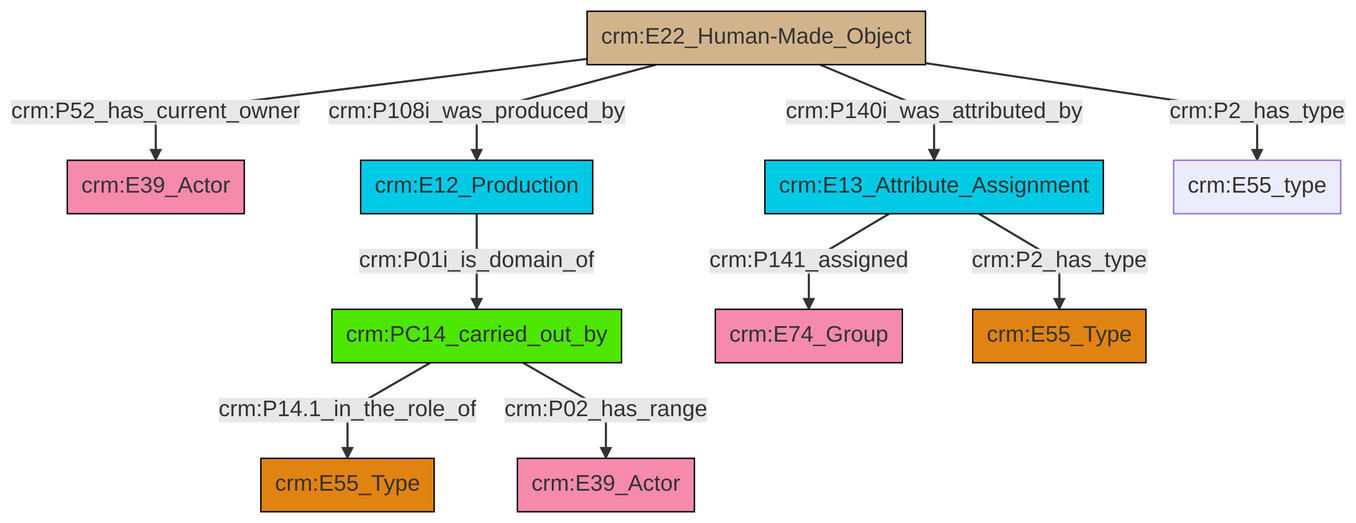
Earlier version of the Mermaid export et/builtWorkCSV/ttl/mmd/png/Built_Work_actor_relations.png (swiss-art-research-net/reference-data-models). Its source is kept beside it as et/builtWorkCSV/ttl/mmd/Built_Work_actor_relations.ttl.mmd.
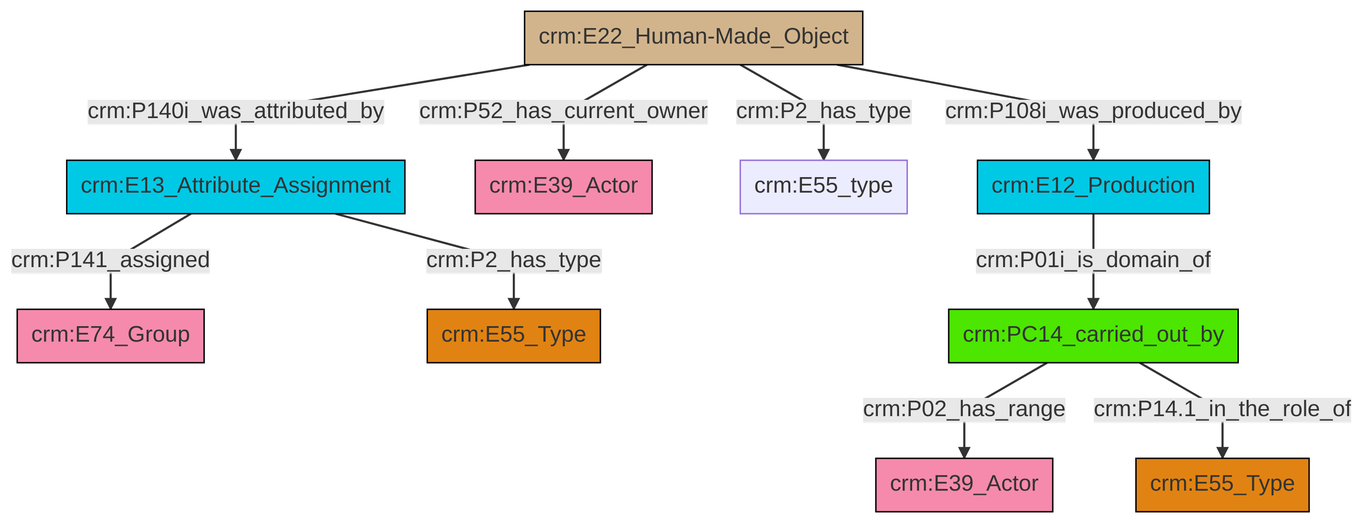
The same file after the commit.

What changed in the source:
```diff
@@ -13,12 +13,12 @@
 classDef PC_Classes fill:#4ce600, stroke:#000000;
 classDef Multi fill:#cccccc,stroke:#000000;
 
-4["crm:E13_Attribute_Assignment"]:::Temporal_Entity -->|crm:P141_assigned| 0["crm:E74_Group"]:::Actor
-5["crm:E22_Human-Made_Object"]:::Physical_Thing -->|crm:P52_has_current_owner| 6["crm:E39_Actor"]:::Actor
-7["crm:PC14_carried_out_by"]:::PC_Classes -->|crm:P14.1_in_the_role_of| 8["crm:E55_Type"]:::Type
-7["crm:PC14_carried_out_by"]:::PC_Classes -->|crm:P02_has_range| 9["crm:E39_Actor"]:::Actor
-4["crm:E13_Attribute_Assignment"]:::Temporal_Entity -->|crm:P2_has_type| 10["crm:E55_Type"]:::Type
-5["crm:E22_Human-Made_Object"]:::Physical_Thing -->|crm:P108i_was_produced_by| 2["crm:E12_Production"]:::Temporal_Entity
-5["crm:E22_Human-Made_Object"]:::Physical_Thing -->|crm:P140i_was_attributed_by| 4["crm:E13_Attribute_Assignment"]:::Temporal_Entity
-5["crm:E22_Human-Made_Object"]:::Physical_Thing -->|crm:P2_has_type| 17["crm:E55_type"]:::Default
-2["crm:E12_Production"]:::Temporal_Entity -->|crm:P01i_is_domain_of| 7["crm:PC14_carried_out_by"]:::PC_Classes
+2["crm:E22_Human-Made_Object"]:::Physical_Thing -->|crm:P140i_was_attributed_by| 3["crm:E13_Attribute_Assignment"]:::Temporal_Entity
+4["crm:PC14_carried_out_by"]:::PC_Classes -->|crm:P02_has_range| 5["crm:E39_Actor"]:::Actor
+4["crm:PC14_carried_out_by"]:::PC_Classes -->|crm:P14.1_in_the_role_of| 7["crm:E55_Type"]:::Type
+3["crm:E13_Attribute_Assignment"]:::Temporal_Entity -->|crm:P141_assigned| 12["crm:E74_Group"]:::Actor
+2["crm:E22_Human-Made_Object"]:::Physical_Thing -->|crm:P52_has_current_owner| 14["crm:E39_Actor"]:::Actor
+9["crm:E12_Production"]:::Temporal_Entity -->|crm:P01i_is_domain_of| 4["crm:PC14_carried_out_by"]:::PC_Classes
+3["crm:E13_Attribute_Assignment"]:::Temporal_Entity -->|crm:P2_has_type| 0["crm:E55_Type"]:::Type
+2["crm:E22_Human-Made_Object"]:::Physical_Thing -->|crm:P2_has_type| 17["crm:E55_type"]:::Default
+2["crm:E22_Human-Made_Object"]:::Physical_Thing -->|crm:P108i_was_produced_by| 9["crm:E12_Production"]:::Temporal_Entity
```
